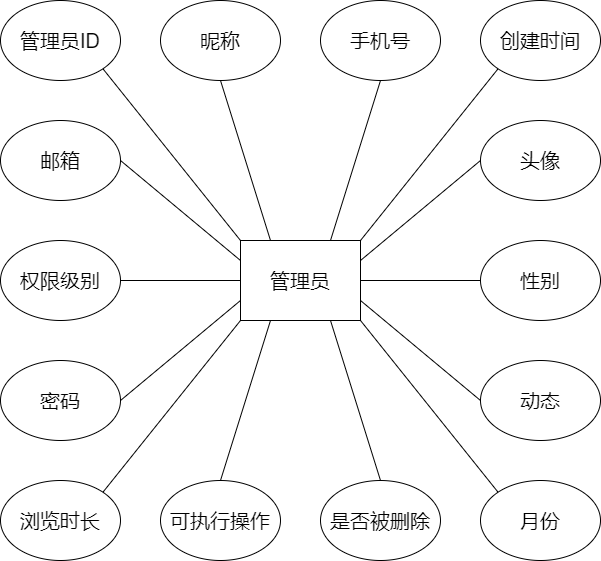
Earlier version of the draw.io export database-er/table.admin.drawio.png (Jater0/Graduation). Source tidied: cells renumbered, new cells last; positions are measured from the earlier drawing's top-left corner, leaving out a move shared by most shapes. Its diagram source:
```xml
<mxGraphModel>
  <root>
    <mxCell id="0" />
    <mxCell id="1" parent="0" />
    <mxCell id="2" value="管理员" style="rounded=0;whiteSpace=wrap;html=1;fontSize=20;" parent="1" vertex="1">
      <mxGeometry x="240" y="240" width="120" height="80" as="geometry" />
    </mxCell>
    <mxCell id="3" value="管理员ID" style="ellipse;whiteSpace=wrap;html=1;fontSize=20;" parent="1" vertex="1">
      <mxGeometry width="120" height="80" as="geometry" />
    </mxCell>
    <mxCell id="4" value="创建时间" style="ellipse;whiteSpace=wrap;html=1;fontSize=20;" parent="1" vertex="1">
      <mxGeometry x="480" width="120" height="80" as="geometry" />
    </mxCell>
    <mxCell id="5" value="浏览时长" style="ellipse;whiteSpace=wrap;html=1;fontSize=20;" parent="1" vertex="1">
      <mxGeometry y="480" width="120" height="80" as="geometry" />
    </mxCell>
    <mxCell id="6" style="endArrow=none;html=1;fontSize=20;entryX=0;entryY=1;entryDx=0;entryDy=0;exitX=1;exitY=0;exitDx=0;exitDy=0;" parent="1" edge="1" source="2" target="4">
      <mxGeometry relative="1" as="geometry" />
    </mxCell>
    <mxCell id="7" style="endArrow=none;html=1;fontSize=20;entryX=0;entryY=1;entryDx=0;entryDy=0;exitX=1;exitY=0;exitDx=0;exitDy=0;" parent="1" edge="1" source="5" target="2">
      <mxGeometry relative="1" as="geometry" />
    </mxCell>
    <mxCell id="8" style="endArrow=none;html=1;fontSize=20;entryX=1;entryY=1;entryDx=0;entryDy=0;exitX=0;exitY=0;exitDx=0;exitDy=0;" parent="1" edge="1" source="2" target="3">
      <mxGeometry relative="1" as="geometry" />
    </mxCell>
    <mxCell id="9" value="月份" style="ellipse;whiteSpace=wrap;html=1;fontSize=20;" parent="1" vertex="1">
      <mxGeometry x="480" y="480" width="120" height="80" as="geometry" />
    </mxCell>
    <mxCell id="10" style="endArrow=none;html=1;fontSize=20;entryX=0;entryY=0;entryDx=0;entryDy=0;exitX=1;exitY=1;exitDx=0;exitDy=0;" parent="1" edge="1" source="2" target="9">
      <mxGeometry relative="1" as="geometry" />
    </mxCell>
    <mxCell id="11" value="手机号&lt;span style=&quot;color: rgba(0 , 0 , 0 , 0) ; font-family: monospace ; font-size: 0px&quot;&gt;%3CmxGraphModel%3E%3Croot%3E%3CmxCell%20id%3D%220%22%2F%3E%3CmxCell%20id%3D%221%22%20parent%3D%220%22%2F%3E%3CmxCell%20id%3D%222%22%20value%3D%22%E5%88%9B%E5%BB%BA%E6%97%B6%E9%97%B4%22%20style%3D%22ellipse%3BwhiteSpace%3Dwrap%3Bhtml%3D1%3BfontSize%3D20%3B%22%20vertex%3D%221%22%20parent%3D%221%22%3E%3CmxGeometry%20x%3D%22400%22%20y%3D%22-2280%22%20width%3D%22120%22%20height%3D%2280%22%20as%3D%22geometry%22%2F%3E%3C%2FmxCell%3E%3C%2Froot%3E%3C%2FmxGraphModel%3E&lt;/span&gt;" style="ellipse;whiteSpace=wrap;html=1;fontSize=20;" parent="1" vertex="1">
      <mxGeometry x="320" width="120" height="80" as="geometry" />
    </mxCell>
    <mxCell id="12" value="昵称" style="ellipse;whiteSpace=wrap;html=1;fontSize=20;" parent="1" vertex="1">
      <mxGeometry x="160" width="120" height="80" as="geometry" />
    </mxCell>
    <mxCell id="13" value="邮箱" style="ellipse;whiteSpace=wrap;html=1;fontSize=20;" parent="1" vertex="1">
      <mxGeometry y="120" width="120" height="80" as="geometry" />
    </mxCell>
    <mxCell id="14" value="密码" style="ellipse;whiteSpace=wrap;html=1;fontSize=20;" parent="1" vertex="1">
      <mxGeometry y="360" width="120" height="80" as="geometry" />
    </mxCell>
    <mxCell id="15" value="性别" style="ellipse;whiteSpace=wrap;html=1;fontSize=20;" parent="1" vertex="1">
      <mxGeometry x="480" y="240" width="120" height="80" as="geometry" />
    </mxCell>
    <mxCell id="16" value="头像" style="ellipse;whiteSpace=wrap;html=1;fontSize=20;" parent="1" vertex="1">
      <mxGeometry x="480" y="120" width="120" height="80" as="geometry" />
    </mxCell>
    <mxCell id="17" value="动态" style="ellipse;whiteSpace=wrap;html=1;fontSize=20;" parent="1" vertex="1">
      <mxGeometry x="480" y="360" width="120" height="80" as="geometry" />
    </mxCell>
    <mxCell id="18" value="权限级别" style="ellipse;whiteSpace=wrap;html=1;fontSize=20;" parent="1" vertex="1">
      <mxGeometry y="240" width="120" height="80" as="geometry" />
    </mxCell>
    <mxCell id="19" value="可执行操作" style="ellipse;whiteSpace=wrap;html=1;fontSize=20;" parent="1" vertex="1">
      <mxGeometry x="160" y="480" width="120" height="80" as="geometry" />
    </mxCell>
    <mxCell id="20" value="是否被删除" style="ellipse;whiteSpace=wrap;html=1;fontSize=20;" parent="1" vertex="1">
      <mxGeometry x="320" y="480" width="120" height="80" as="geometry" />
    </mxCell>
    <mxCell id="21" style="endArrow=none;html=1;fontSize=20;entryX=0.5;entryY=1;entryDx=0;entryDy=0;exitX=0.25;exitY=0;exitDx=0;exitDy=0;" parent="1" edge="1" source="2" target="12">
      <mxGeometry relative="1" as="geometry" />
    </mxCell>
    <mxCell id="22" style="endArrow=none;html=1;fontSize=20;entryX=0.5;entryY=1;entryDx=0;entryDy=0;exitX=0.75;exitY=0;exitDx=0;exitDy=0;" parent="1" edge="1" source="2" target="11">
      <mxGeometry relative="1" as="geometry" />
    </mxCell>
    <mxCell id="23" style="endArrow=none;html=1;fontSize=20;entryX=1;entryY=0.5;entryDx=0;entryDy=0;exitX=0;exitY=0.25;exitDx=0;exitDy=0;" parent="1" edge="1" source="2" target="13">
      <mxGeometry relative="1" as="geometry" />
    </mxCell>
    <mxCell id="24" style="endArrow=none;html=1;fontSize=20;entryX=1;entryY=0.5;entryDx=0;entryDy=0;exitX=0;exitY=0.5;exitDx=0;exitDy=0;" parent="1" edge="1" source="2" target="18">
      <mxGeometry relative="1" as="geometry" />
    </mxCell>
    <mxCell id="25" style="endArrow=none;html=1;fontSize=20;entryX=1;entryY=0.5;entryDx=0;entryDy=0;exitX=0;exitY=0.75;exitDx=0;exitDy=0;" parent="1" edge="1" source="2" target="14">
      <mxGeometry relative="1" as="geometry" />
    </mxCell>
    <mxCell id="26" style="endArrow=none;html=1;fontSize=20;entryX=0.5;entryY=0;entryDx=0;entryDy=0;exitX=0.25;exitY=1;exitDx=0;exitDy=0;" parent="1" edge="1" source="2" target="19">
      <mxGeometry relative="1" as="geometry" />
    </mxCell>
    <mxCell id="27" style="endArrow=none;html=1;fontSize=20;entryX=0.5;entryY=0;entryDx=0;entryDy=0;exitX=0.75;exitY=1;exitDx=0;exitDy=0;" parent="1" edge="1" source="2" target="20">
      <mxGeometry relative="1" as="geometry" />
    </mxCell>
    <mxCell id="28" style="endArrow=none;html=1;fontSize=20;entryX=1;entryY=0.75;entryDx=0;entryDy=0;exitX=0;exitY=0.5;exitDx=0;exitDy=0;" parent="1" edge="1" source="17" target="2">
      <mxGeometry relative="1" as="geometry" />
    </mxCell>
    <mxCell id="29" style="endArrow=none;html=1;fontSize=20;entryX=1;entryY=0.5;entryDx=0;entryDy=0;exitX=0;exitY=0.5;exitDx=0;exitDy=0;" parent="1" edge="1" source="15" target="2">
      <mxGeometry relative="1" as="geometry" />
    </mxCell>
    <mxCell id="30" style="endArrow=none;html=1;fontSize=20;entryX=1;entryY=0.25;entryDx=0;entryDy=0;exitX=0;exitY=0.5;exitDx=0;exitDy=0;" parent="1" edge="1" source="16" target="2">
      <mxGeometry relative="1" as="geometry" />
    </mxCell>
  </root>
</mxGraphModel>
```
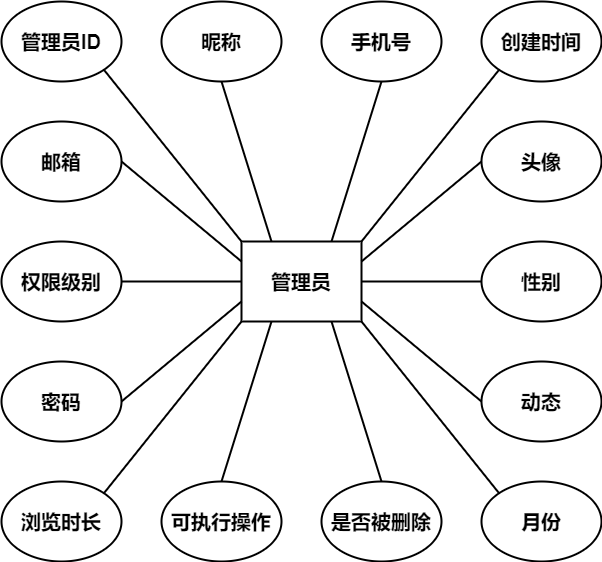
Above is the later version.

Change to the diagram source:
```diff
@@ -2,91 +2,91 @@
   <root>
     <mxCell id="0" />
     <mxCell id="1" parent="0" />
-    <mxCell id="2" value="管理员" style="rounded=0;whiteSpace=wrap;html=1;fontSize=20;" parent="1" vertex="1">
+    <mxCell id="2" value="管理员" style="rounded=0;whiteSpace=wrap;html=1;fontSize=20;fontStyle=1;strokeWidth=2;" parent="1" vertex="1">
       <mxGeometry x="240" y="240" width="120" height="80" as="geometry" />
     </mxCell>
-    <mxCell id="3" value="管理员ID" style="ellipse;whiteSpace=wrap;html=1;fontSize=20;" parent="1" vertex="1">
+    <mxCell id="3" value="管理员ID" style="ellipse;whiteSpace=wrap;html=1;fontSize=20;fontStyle=1;strokeWidth=2;" parent="1" vertex="1">
       <mxGeometry width="120" height="80" as="geometry" />
     </mxCell>
-    <mxCell id="4" value="创建时间" style="ellipse;whiteSpace=wrap;html=1;fontSize=20;" parent="1" vertex="1">
+    <mxCell id="4" value="创建时间" style="ellipse;whiteSpace=wrap;html=1;fontSize=20;fontStyle=1;strokeWidth=2;" parent="1" vertex="1">
       <mxGeometry x="480" width="120" height="80" as="geometry" />
     </mxCell>
-    <mxCell id="5" value="浏览时长" style="ellipse;whiteSpace=wrap;html=1;fontSize=20;" parent="1" vertex="1">
+    <mxCell id="5" value="浏览时长" style="ellipse;whiteSpace=wrap;html=1;fontSize=20;fontStyle=1;strokeWidth=2;" parent="1" vertex="1">
       <mxGeometry y="480" width="120" height="80" as="geometry" />
     </mxCell>
-    <mxCell id="6" style="endArrow=none;html=1;fontSize=20;entryX=0;entryY=1;entryDx=0;entryDy=0;exitX=1;exitY=0;exitDx=0;exitDy=0;" parent="1" edge="1" source="2" target="4">
+    <mxCell id="6" style="endArrow=none;html=1;fontSize=20;entryX=0;entryY=1;entryDx=0;entryDy=0;exitX=1;exitY=0;exitDx=0;exitDy=0;fontStyle=1;strokeWidth=2;" parent="1" edge="1" source="2" target="4">
       <mxGeometry relative="1" as="geometry" />
     </mxCell>
-    <mxCell id="7" style="endArrow=none;html=1;fontSize=20;entryX=0;entryY=1;entryDx=0;entryDy=0;exitX=1;exitY=0;exitDx=0;exitDy=0;" parent="1" edge="1" source="5" target="2">
+    <mxCell id="7" style="endArrow=none;html=1;fontSize=20;entryX=0;entryY=1;entryDx=0;entryDy=0;exitX=1;exitY=0;exitDx=0;exitDy=0;fontStyle=1;strokeWidth=2;" parent="1" edge="1" source="5" target="2">
       <mxGeometry relative="1" as="geometry" />
     </mxCell>
-    <mxCell id="8" style="endArrow=none;html=1;fontSize=20;entryX=1;entryY=1;entryDx=0;entryDy=0;exitX=0;exitY=0;exitDx=0;exitDy=0;" parent="1" edge="1" source="2" target="3">
+    <mxCell id="8" style="endArrow=none;html=1;fontSize=20;entryX=1;entryY=1;entryDx=0;entryDy=0;exitX=0;exitY=0;exitDx=0;exitDy=0;fontStyle=1;strokeWidth=2;" parent="1" edge="1" source="2" target="3">
       <mxGeometry relative="1" as="geometry" />
     </mxCell>
-    <mxCell id="9" value="月份" style="ellipse;whiteSpace=wrap;html=1;fontSize=20;" parent="1" vertex="1">
+    <mxCell id="9" value="月份" style="ellipse;whiteSpace=wrap;html=1;fontSize=20;fontStyle=1;strokeWidth=2;" parent="1" vertex="1">
       <mxGeometry x="480" y="480" width="120" height="80" as="geometry" />
     </mxCell>
-    <mxCell id="10" style="endArrow=none;html=1;fontSize=20;entryX=0;entryY=0;entryDx=0;entryDy=0;exitX=1;exitY=1;exitDx=0;exitDy=0;" parent="1" edge="1" source="2" target="9">
+    <mxCell id="10" style="endArrow=none;html=1;fontSize=20;entryX=0;entryY=0;entryDx=0;entryDy=0;exitX=1;exitY=1;exitDx=0;exitDy=0;fontStyle=1;strokeWidth=2;" parent="1" edge="1" source="2" target="9">
       <mxGeometry relative="1" as="geometry" />
     </mxCell>
-    <mxCell id="11" value="手机号&lt;span style=&quot;color: rgba(0 , 0 , 0 , 0) ; font-family: monospace ; font-size: 0px&quot;&gt;%3CmxGraphModel%3E%3Croot%3E%3CmxCell%20id%3D%220%22%2F%3E%3CmxCell%20id%3D%221%22%20parent%3D%220%22%2F%3E%3CmxCell%20id%3D%222%22%20value%3D%22%E5%88%9B%E5%BB%BA%E6%97%B6%E9%97%B4%22%20style%3D%22ellipse%3BwhiteSpace%3Dwrap%3Bhtml%3D1%3BfontSize%3D20%3B%22%20vertex%3D%221%22%20parent%3D%221%22%3E%3CmxGeometry%20x%3D%22400%22%20y%3D%22-2280%22%20width%3D%22120%22%20height%3D%2280%22%20as%3D%22geometry%22%2F%3E%3C%2FmxCell%3E%3C%2Froot%3E%3C%2FmxGraphModel%3E&lt;/span&gt;" style="ellipse;whiteSpace=wrap;html=1;fontSize=20;" parent="1" vertex="1">
+    <mxCell id="11" value="手机号&lt;span style=&quot;color: rgba(0 , 0 , 0 , 0) ; font-family: monospace ; font-size: 0px&quot;&gt;%3CmxGraphModel%3E%3Croot%3E%3CmxCell%20id%3D%220%22%2F%3E%3CmxCell%20id%3D%221%22%20parent%3D%220%22%2F%3E%3CmxCell%20id%3D%222%22%20value%3D%22%E5%88%9B%E5%BB%BA%E6%97%B6%E9%97%B4%22%20style%3D%22ellipse%3BwhiteSpace%3Dwrap%3Bhtml%3D1%3BfontSize%3D20%3B%22%20vertex%3D%221%22%20parent%3D%221%22%3E%3CmxGeometry%20x%3D%22400%22%20y%3D%22-2280%22%20width%3D%22120%22%20height%3D%2280%22%20as%3D%22geometry%22%2F%3E%3C%2FmxCell%3E%3C%2Froot%3E%3C%2FmxGraphModel%3E&lt;/span&gt;" style="ellipse;whiteSpace=wrap;html=1;fontSize=20;fontStyle=1;strokeWidth=2;" parent="1" vertex="1">
       <mxGeometry x="320" width="120" height="80" as="geometry" />
     </mxCell>
-    <mxCell id="12" value="昵称" style="ellipse;whiteSpace=wrap;html=1;fontSize=20;" parent="1" vertex="1">
+    <mxCell id="12" value="昵称" style="ellipse;whiteSpace=wrap;html=1;fontSize=20;fontStyle=1;strokeWidth=2;" parent="1" vertex="1">
       <mxGeometry x="160" width="120" height="80" as="geometry" />
     </mxCell>
-    <mxCell id="13" value="邮箱" style="ellipse;whiteSpace=wrap;html=1;fontSize=20;" parent="1" vertex="1">
+    <mxCell id="13" value="邮箱" style="ellipse;whiteSpace=wrap;html=1;fontSize=20;fontStyle=1;strokeWidth=2;" parent="1" vertex="1">
       <mxGeometry y="120" width="120" height="80" as="geometry" />
     </mxCell>
-    <mxCell id="14" value="密码" style="ellipse;whiteSpace=wrap;html=1;fontSize=20;" parent="1" vertex="1">
+    <mxCell id="14" value="密码" style="ellipse;whiteSpace=wrap;html=1;fontSize=20;fontStyle=1;strokeWidth=2;" parent="1" vertex="1">
       <mxGeometry y="360" width="120" height="80" as="geometry" />
     </mxCell>
-    <mxCell id="15" value="性别" style="ellipse;whiteSpace=wrap;html=1;fontSize=20;" parent="1" vertex="1">
+    <mxCell id="15" value="性别" style="ellipse;whiteSpace=wrap;html=1;fontSize=20;fontStyle=1;strokeWidth=2;" parent="1" vertex="1">
       <mxGeometry x="480" y="240" width="120" height="80" as="geometry" />
     </mxCell>
-    <mxCell id="16" value="头像" style="ellipse;whiteSpace=wrap;html=1;fontSize=20;" parent="1" vertex="1">
+    <mxCell id="16" value="头像" style="ellipse;whiteSpace=wrap;html=1;fontSize=20;fontStyle=1;strokeWidth=2;" parent="1" vertex="1">
       <mxGeometry x="480" y="120" width="120" height="80" as="geometry" />
     </mxCell>
-    <mxCell id="17" value="动态" style="ellipse;whiteSpace=wrap;html=1;fontSize=20;" parent="1" vertex="1">
+    <mxCell id="17" value="动态" style="ellipse;whiteSpace=wrap;html=1;fontSize=20;fontStyle=1;strokeWidth=2;" parent="1" vertex="1">
       <mxGeometry x="480" y="360" width="120" height="80" as="geometry" />
     </mxCell>
-    <mxCell id="18" value="权限级别" style="ellipse;whiteSpace=wrap;html=1;fontSize=20;" parent="1" vertex="1">
+    <mxCell id="18" value="权限级别" style="ellipse;whiteSpace=wrap;html=1;fontSize=20;fontStyle=1;strokeWidth=2;" parent="1" vertex="1">
       <mxGeometry y="240" width="120" height="80" as="geometry" />
     </mxCell>
-    <mxCell id="19" value="可执行操作" style="ellipse;whiteSpace=wrap;html=1;fontSize=20;" parent="1" vertex="1">
+    <mxCell id="19" value="可执行操作" style="ellipse;whiteSpace=wrap;html=1;fontSize=20;fontStyle=1;strokeWidth=2;" parent="1" vertex="1">
       <mxGeometry x="160" y="480" width="120" height="80" as="geometry" />
     </mxCell>
-    <mxCell id="20" value="是否被删除" style="ellipse;whiteSpace=wrap;html=1;fontSize=20;" parent="1" vertex="1">
+    <mxCell id="20" value="是否被删除" style="ellipse;whiteSpace=wrap;html=1;fontSize=20;fontStyle=1;strokeWidth=2;" parent="1" vertex="1">
       <mxGeometry x="320" y="480" width="120" height="80" as="geometry" />
     </mxCell>
-    <mxCell id="21" style="endArrow=none;html=1;fontSize=20;entryX=0.5;entryY=1;entryDx=0;entryDy=0;exitX=0.25;exitY=0;exitDx=0;exitDy=0;" parent="1" edge="1" source="2" target="12">
+    <mxCell id="21" style="endArrow=none;html=1;fontSize=20;entryX=0.5;entryY=1;entryDx=0;entryDy=0;exitX=0.25;exitY=0;exitDx=0;exitDy=0;fontStyle=1;strokeWidth=2;" parent="1" edge="1" source="2" target="12">
       <mxGeometry relative="1" as="geometry" />
     </mxCell>
-    <mxCell id="22" style="endArrow=none;html=1;fontSize=20;entryX=0.5;entryY=1;entryDx=0;entryDy=0;exitX=0.75;exitY=0;exitDx=0;exitDy=0;" parent="1" edge="1" source="2" target="11">
+    <mxCell id="22" style="endArrow=none;html=1;fontSize=20;entryX=0.5;entryY=1;entryDx=0;entryDy=0;exitX=0.75;exitY=0;exitDx=0;exitDy=0;fontStyle=1;strokeWidth=2;" parent="1" edge="1" source="2" target="11">
       <mxGeometry relative="1" as="geometry" />
     </mxCell>
-    <mxCell id="23" style="endArrow=none;html=1;fontSize=20;entryX=1;entryY=0.5;entryDx=0;entryDy=0;exitX=0;exitY=0.25;exitDx=0;exitDy=0;" parent="1" edge="1" source="2" target="13">
+    <mxCell id="23" style="endArrow=none;html=1;fontSize=20;entryX=1;entryY=0.5;entryDx=0;entryDy=0;exitX=0;exitY=0.25;exitDx=0;exitDy=0;fontStyle=1;strokeWidth=2;" parent="1" edge="1" source="2" target="13">
       <mxGeometry relative="1" as="geometry" />
     </mxCell>
-    <mxCell id="24" style="endArrow=none;html=1;fontSize=20;entryX=1;entryY=0.5;entryDx=0;entryDy=0;exitX=0;exitY=0.5;exitDx=0;exitDy=0;" parent="1" edge="1" source="2" target="18">
+    <mxCell id="24" style="endArrow=none;html=1;fontSize=20;entryX=1;entryY=0.5;entryDx=0;entryDy=0;exitX=0;exitY=0.5;exitDx=0;exitDy=0;fontStyle=1;strokeWidth=2;" parent="1" edge="1" source="2" target="18">
       <mxGeometry relative="1" as="geometry" />
     </mxCell>
-    <mxCell id="25" style="endArrow=none;html=1;fontSize=20;entryX=1;entryY=0.5;entryDx=0;entryDy=0;exitX=0;exitY=0.75;exitDx=0;exitDy=0;" parent="1" edge="1" source="2" target="14">
+    <mxCell id="25" style="endArrow=none;html=1;fontSize=20;entryX=1;entryY=0.5;entryDx=0;entryDy=0;exitX=0;exitY=0.75;exitDx=0;exitDy=0;fontStyle=1;strokeWidth=2;" parent="1" edge="1" source="2" target="14">
       <mxGeometry relative="1" as="geometry" />
     </mxCell>
-    <mxCell id="26" style="endArrow=none;html=1;fontSize=20;entryX=0.5;entryY=0;entryDx=0;entryDy=0;exitX=0.25;exitY=1;exitDx=0;exitDy=0;" parent="1" edge="1" source="2" target="19">
+    <mxCell id="26" style="endArrow=none;html=1;fontSize=20;entryX=0.5;entryY=0;entryDx=0;entryDy=0;exitX=0.25;exitY=1;exitDx=0;exitDy=0;fontStyle=1;strokeWidth=2;" parent="1" edge="1" source="2" target="19">
       <mxGeometry relative="1" as="geometry" />
     </mxCell>
-    <mxCell id="27" style="endArrow=none;html=1;fontSize=20;entryX=0.5;entryY=0;entryDx=0;entryDy=0;exitX=0.75;exitY=1;exitDx=0;exitDy=0;" parent="1" edge="1" source="2" target="20">
+    <mxCell id="27" style="endArrow=none;html=1;fontSize=20;entryX=0.5;entryY=0;entryDx=0;entryDy=0;exitX=0.75;exitY=1;exitDx=0;exitDy=0;fontStyle=1;strokeWidth=2;" parent="1" edge="1" source="2" target="20">
       <mxGeometry relative="1" as="geometry" />
     </mxCell>
-    <mxCell id="28" style="endArrow=none;html=1;fontSize=20;entryX=1;entryY=0.75;entryDx=0;entryDy=0;exitX=0;exitY=0.5;exitDx=0;exitDy=0;" parent="1" edge="1" source="17" target="2">
+    <mxCell id="28" style="endArrow=none;html=1;fontSize=20;entryX=1;entryY=0.75;entryDx=0;entryDy=0;exitX=0;exitY=0.5;exitDx=0;exitDy=0;fontStyle=1;strokeWidth=2;" parent="1" edge="1" source="17" target="2">
       <mxGeometry relative="1" as="geometry" />
     </mxCell>
-    <mxCell id="29" style="endArrow=none;html=1;fontSize=20;entryX=1;entryY=0.5;entryDx=0;entryDy=0;exitX=0;exitY=0.5;exitDx=0;exitDy=0;" parent="1" edge="1" source="15" target="2">
+    <mxCell id="29" style="endArrow=none;html=1;fontSize=20;entryX=1;entryY=0.5;entryDx=0;entryDy=0;exitX=0;exitY=0.5;exitDx=0;exitDy=0;fontStyle=1;strokeWidth=2;" parent="1" edge="1" source="15" target="2">
       <mxGeometry relative="1" as="geometry" />
     </mxCell>
-    <mxCell id="30" style="endArrow=none;html=1;fontSize=20;entryX=1;entryY=0.25;entryDx=0;entryDy=0;exitX=0;exitY=0.5;exitDx=0;exitDy=0;" parent="1" edge="1" source="16" target="2">
+    <mxCell id="30" style="endArrow=none;html=1;fontSize=20;entryX=1;entryY=0.25;entryDx=0;entryDy=0;exitX=0;exitY=0.5;exitDx=0;exitDy=0;fontStyle=1;strokeWidth=2;" parent="1" edge="1" source="16" target="2">
       <mxGeometry relative="1" as="geometry" />
     </mxCell>
   </root>
```
